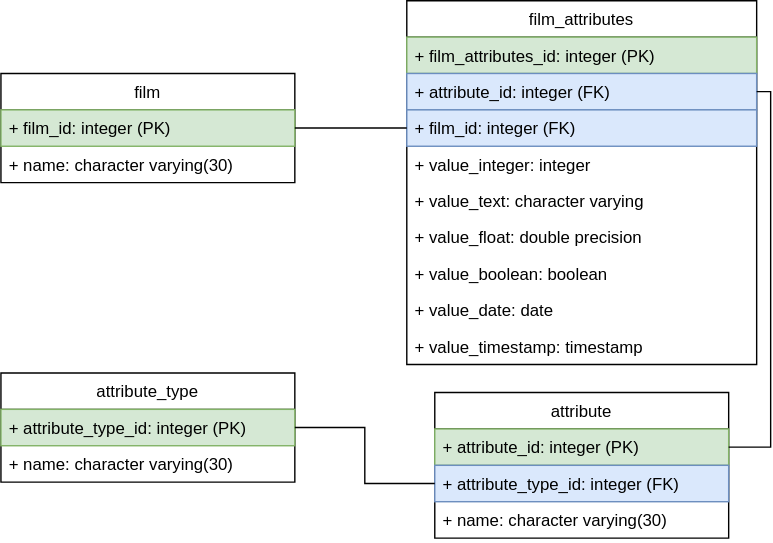
This is eav-scheme.svg from otusteamedu/PHP2021, a draw.io export, as it was before one commit. Source tidied: cells renumbered, new cells last; positions are measured from the earlier drawing's top-left corner, leaving out a move shared by most shapes.
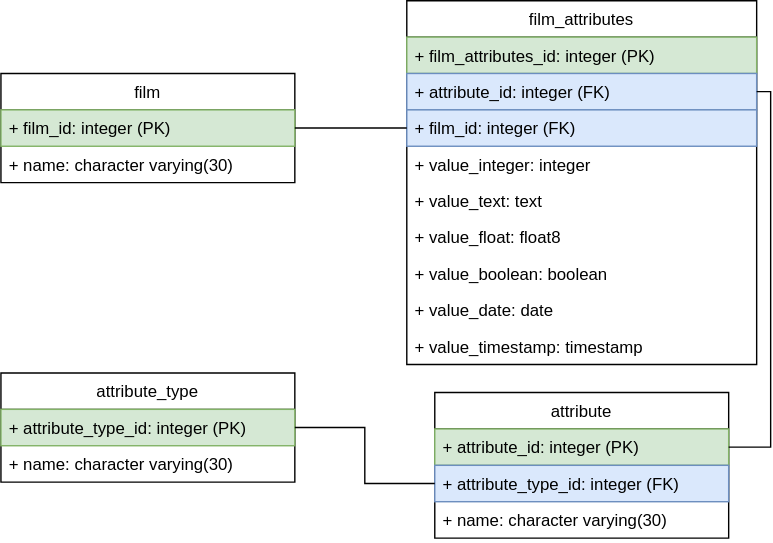
Above is the later version.

Commit message:
HW8 data types fix

Diff of the diagram source:
```diff
@@ -47,10 +47,10 @@
     <mxCell id="16" value="+ value_integer: integer" style="text;strokeColor=none;fillColor=none;align=left;verticalAlign=top;spacingLeft=4;spacingRight=4;overflow=hidden;" parent="12" vertex="1">
       <mxGeometry y="104" width="250" height="26" as="geometry" />
     </mxCell>
-    <mxCell id="17" value="+ value_text: character varying" style="text;strokeColor=none;fillColor=none;align=left;verticalAlign=top;spacingLeft=4;spacingRight=4;overflow=hidden;" parent="12" vertex="1">
+    <mxCell id="17" value="+ value_text: text" style="text;strokeColor=none;fillColor=none;align=left;verticalAlign=top;spacingLeft=4;spacingRight=4;overflow=hidden;" parent="12" vertex="1">
       <mxGeometry y="130" width="250" height="26" as="geometry" />
     </mxCell>
-    <mxCell id="18" value="+ value_float: double precision" style="text;strokeColor=none;fillColor=none;align=left;verticalAlign=top;spacingLeft=4;spacingRight=4;overflow=hidden;" parent="12" vertex="1">
+    <mxCell id="18" value="+ value_float: float8" style="text;strokeColor=none;fillColor=none;align=left;verticalAlign=top;spacingLeft=4;spacingRight=4;overflow=hidden;" parent="12" vertex="1">
       <mxGeometry y="156" width="250" height="26" as="geometry" />
     </mxCell>
     <mxCell id="19" value="+ value_boolean: boolean" style="text;strokeColor=none;fillColor=none;align=left;verticalAlign=top;spacingLeft=4;spacingRight=4;overflow=hidden;" parent="12" vertex="1">
```
